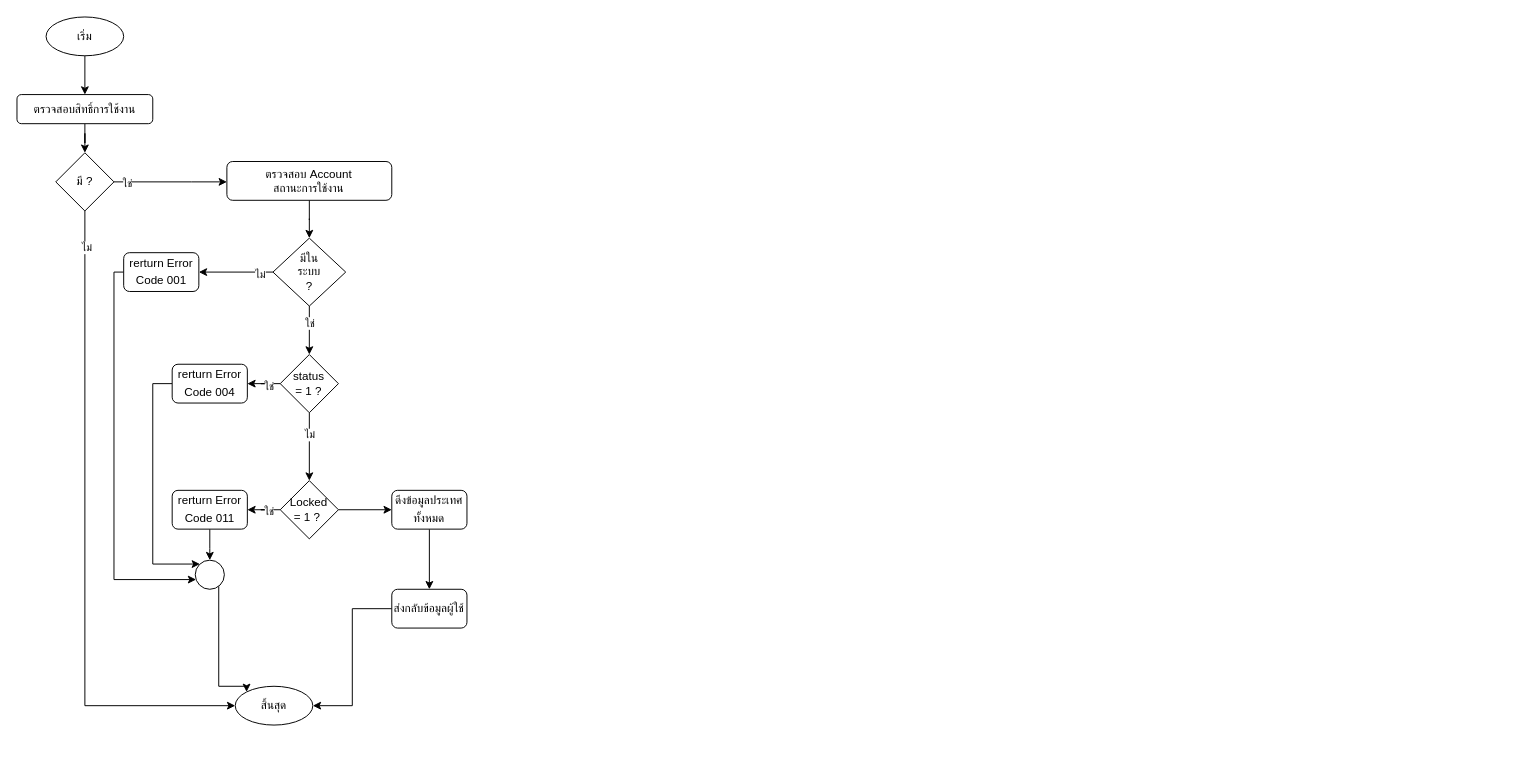
The draw.io diagram Country.drawio in charifrodmanee/charifrodmanee, before the edit. Source tidied: cells renumbered, new cells numbered last; positions are measured from the earlier drawing's top-left corner, leaving out a move shared by most shapes. Both pictures are drawn from the tidied source at 97%, with x=0, y=0 at pixel (16, 16).
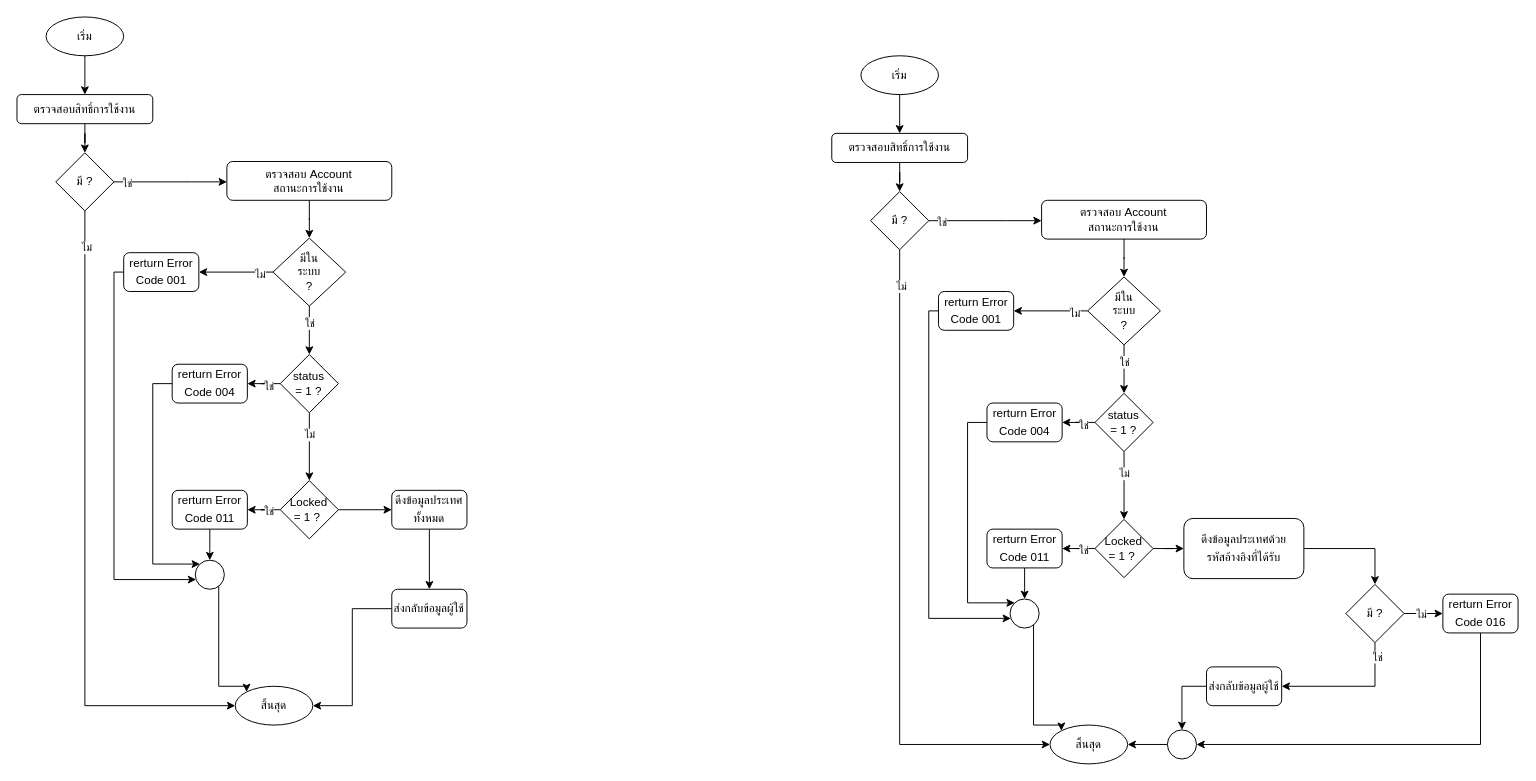
The same page after the edit.

Diff of the diagram source:
```diff
@@
+    <mxCell id="40" value="เริ่ม" style="ellipse;whiteSpace=wrap;html=1;" parent="1" vertex="1">
+      <mxGeometry x="870" y="40" width="80" height="40" as="geometry" />
+    </mxCell>
+    <mxCell id="41" value="ตรวจสอบสิทธิ์การใช้งาน" style="rounded=1;whiteSpace=wrap;html=1;" parent="1" vertex="1">
+      <mxGeometry x="840" y="120" width="140" height="30" as="geometry" />
+    </mxCell>
+    <mxCell id="42" style="edgeStyle=orthogonalEdgeStyle;rounded=0;jettySize=auto;html=1;" parent="1" edge="1" source="40" target="41">
+      <mxGeometry relative="1" as="geometry" />
+    </mxCell>
+    <mxCell id="43" value="มี ?" style="rhombus;whiteSpace=wrap;html=1;" parent="1" vertex="1">
+      <mxGeometry x="880" y="180" width="60" height="60" as="geometry" />
+    </mxCell>
+    <mxCell id="44" style="edgeStyle=orthogonalEdgeStyle;rounded=0;jettySize=auto;html=1;" parent="1" edge="1" source="41" target="43">
+      <mxGeometry relative="1" as="geometry" />
+    </mxCell>
+    <mxCell id="45" value="สิ้นสุด" style="ellipse;whiteSpace=wrap;html=1;" parent="1" vertex="1">
+      <mxGeometry x="1065" y="730" width="80" height="40" as="geometry" />
+    </mxCell>
+    <mxCell id="46" style="edgeStyle=orthogonalEdgeStyle;rounded=0;jettySize=auto;html=1;entryX=0;entryY=0.5;entryDx=0;entryDy=0;" parent="1" edge="1" source="43" target="45">
+      <mxGeometry relative="1" as="geometry">
+        <Array as="points">
+          <mxPoint x="910" y="750" />
+        </Array>
+      </mxGeometry>
+    </mxCell>
+    <mxCell id="47" value="ไม่" style="edgeLabel;html=1;align=center;verticalAlign=middle;" parent="46" vertex="1">
+      <mxGeometry x="-0.89" y="1" relative="1" as="geometry" />
+    </mxCell>
+    <mxCell id="48" value="ตรวจสอบ Account &lt;br&gt;สถานะการใช้งาน" style="rounded=1;whiteSpace=wrap;html=1;" parent="1" vertex="1">
+      <mxGeometry x="1056.3" y="189" width="170" height="40" as="geometry" />
+    </mxCell>
+    <mxCell id="49" style="edgeStyle=orthogonalEdgeStyle;rounded=0;jettySize=auto;html=1;" parent="1" edge="1" source="43" target="48">
+      <mxGeometry relative="1" as="geometry">
+        <Array as="points">
+          <mxPoint x="1020" y="210" />
+          <mxPoint x="1020" y="210" />
+        </Array>
+      </mxGeometry>
+    </mxCell>
+    <mxCell id="50" value="ใช่" style="edgeLabel;html=1;align=center;verticalAlign=middle;" parent="49" vertex="1">
+      <mxGeometry x="-0.78" y="-1" relative="1" as="geometry" />
+    </mxCell>
+    <mxCell id="51" value="มีใน&lt;br&gt;ระบบ &lt;br&gt;?" style="rhombus;whiteSpace=wrap;html=1;" parent="1" vertex="1">
+      <mxGeometry x="1103.8" y="268" width="75" height="70" as="geometry" />
+    </mxCell>
+    <mxCell id="52" style="edgeStyle=orthogonalEdgeStyle;rounded=0;jettySize=auto;html=1;" parent="1" edge="1" source="48" target="51">
+      <mxGeometry relative="1" as="geometry" />
+    </mxCell>
+    <mxCell id="53" value="status&lt;br style=&quot;border-color: var(--border-color);&quot;&gt;= 1 ?" style="rhombus;whiteSpace=wrap;html=1;" parent="1" vertex="1">
+      <mxGeometry x="1111.3" y="388" width="60" height="60" as="geometry" />
+    </mxCell>
+    <mxCell id="54" style="edgeStyle=orthogonalEdgeStyle;rounded=0;jettySize=auto;html=1;" parent="1" edge="1" source="51" target="53">
+      <mxGeometry relative="1" as="geometry" />
+    </mxCell>
+    <mxCell id="55" value="ใช่" style="edgeLabel;html=1;align=center;verticalAlign=middle;" parent="54" vertex="1">
+      <mxGeometry x="-0.33" y="2" relative="1" as="geometry">
+        <mxPoint x="-2" as="offset" />
+      </mxGeometry>
+    </mxCell>
+    <mxCell id="56" value="Locked&lt;br style=&quot;border-color: var(--border-color);&quot;&gt;= 1 ?&amp;nbsp;" style="rhombus;whiteSpace=wrap;html=1;" parent="1" vertex="1">
+      <mxGeometry x="1111.3" y="518" width="60" height="60" as="geometry" />
+    </mxCell>
+    <mxCell id="57" style="edgeStyle=orthogonalEdgeStyle;rounded=0;jettySize=auto;html=1;" parent="1" edge="1" source="53" target="56">
+      <mxGeometry relative="1" as="geometry" />
+    </mxCell>
+    <mxCell id="58" value="ไม่" style="edgeLabel;html=1;align=center;verticalAlign=middle;" parent="57" vertex="1">
+      <mxGeometry x="-0.37" relative="1" as="geometry" />
+    </mxCell>
+    <mxCell id="59" style="edgeStyle=orthogonalEdgeStyle;rounded=0;jettySize=auto;html=1;entryX=0;entryY=0;entryDx=0;entryDy=0;" parent="1" edge="1" source="60" target="45">
+      <mxGeometry relative="1" as="geometry">
+        <Array as="points">
+          <mxPoint x="1048" y="730" />
+          <mxPoint x="1077" y="730" />
+        </Array>
+      </mxGeometry>
+    </mxCell>
+    <mxCell id="60" style="ellipse;whiteSpace=wrap;html=1;" parent="1" vertex="1">
+      <mxGeometry x="1023.8" y="600" width="30" height="30" as="geometry" />
+    </mxCell>
+    <mxCell id="61" style="edgeStyle=orthogonalEdgeStyle;rounded=0;jettySize=auto;html=1;" parent="1" edge="1" source="62" target="60">
+      <mxGeometry relative="1" as="geometry">
+        <Array as="points">
+          <mxPoint x="940" y="303" />
+          <mxPoint x="940" y="620" />
+        </Array>
+      </mxGeometry>
+    </mxCell>
+    <mxCell id="62" value="rerturn Error Code&amp;nbsp;001&lt;span style=&quot;font-size: medium; text-align: start;&quot;&gt;&lt;/span&gt;" style="rounded=1;whiteSpace=wrap;html=1;" parent="1" vertex="1">
+      <mxGeometry x="950" y="283" width="77.5" height="40" as="geometry" />
+    </mxCell>
+    <mxCell id="63" style="edgeStyle=orthogonalEdgeStyle;rounded=0;jettySize=auto;html=1;" parent="1" edge="1" source="51" target="62">
+      <mxGeometry relative="1" as="geometry" />
+    </mxCell>
+    <mxCell id="64" value="ไม่" style="edgeLabel;html=1;align=center;verticalAlign=middle;" parent="63" vertex="1">
+      <mxGeometry x="-0.66" y="2" relative="1" as="geometry" />
+    </mxCell>
+    <mxCell id="65" style="edgeStyle=orthogonalEdgeStyle;rounded=0;jettySize=auto;html=1;entryX=0.5;entryY=0;entryDx=0;entryDy=0;" parent="1" edge="1" source="66" target="60">
+      <mxGeometry relative="1" as="geometry" />
+    </mxCell>
+    <mxCell id="66" value="rerturn Error Code&amp;nbsp;011&lt;span style=&quot;font-size: medium; text-align: start;&quot;&gt;&lt;/span&gt;" style="rounded=1;whiteSpace=wrap;html=1;" parent="1" vertex="1">
+      <mxGeometry x="1000" y="528" width="77.5" height="40" as="geometry" />
+    </mxCell>
+    <mxCell id="67" style="edgeStyle=orthogonalEdgeStyle;rounded=0;jettySize=auto;html=1;" parent="1" edge="1" source="56" target="66">
+      <mxGeometry relative="1" as="geometry" />
+    </mxCell>
+    <mxCell id="68" value="ใช่" style="edgeLabel;html=1;align=center;verticalAlign=middle;" parent="67" vertex="1">
+      <mxGeometry x="-0.46" y="1" relative="1" as="geometry" />
+    </mxCell>
+    <mxCell id="69" style="edgeStyle=orthogonalEdgeStyle;rounded=0;jettySize=auto;html=1;" parent="1" edge="1" source="70" target="60">
+      <mxGeometry relative="1" as="geometry">
+        <Array as="points">
+          <mxPoint x="980" y="418" />
+          <mxPoint x="980" y="604" />
+        </Array>
+      </mxGeometry>
+    </mxCell>
+    <mxCell id="70" value="rerturn Error Code&amp;nbsp;004&lt;span style=&quot;font-size: medium; text-align: start;&quot;&gt;&lt;/span&gt;" style="rounded=1;whiteSpace=wrap;html=1;" parent="1" vertex="1">
+      <mxGeometry x="1000" y="398" width="77.5" height="40" as="geometry" />
+    </mxCell>
+    <mxCell id="71" style="edgeStyle=orthogonalEdgeStyle;rounded=0;jettySize=auto;html=1;" parent="1" edge="1" source="53" target="70">
+      <mxGeometry relative="1" as="geometry" />
+    </mxCell>
+    <mxCell id="72" value="ใช่" style="edgeLabel;html=1;align=center;verticalAlign=middle;" parent="71" vertex="1">
+      <mxGeometry x="-0.46" y="2" relative="1" as="geometry" />
+    </mxCell>
+    <mxCell id="73" value="ดึงข้อมูลประเทศด้วย&lt;br&gt;รหัสอ้างอิงที่ได้รับ&lt;span style=&quot;font-size: medium; text-align: start;&quot;&gt;&lt;/span&gt;" style="rounded=1;whiteSpace=wrap;html=1;" parent="1" vertex="1">
+      <mxGeometry x="1203" y="517" width="123.7" height="62" as="geometry" />
+    </mxCell>
+    <mxCell id="74" style="edgeStyle=orthogonalEdgeStyle;rounded=0;jettySize=auto;html=1;" parent="1" edge="1" source="56" target="73">
+      <mxGeometry relative="1" as="geometry" />
+    </mxCell>
+    <mxCell id="75" style="edgeStyle=orthogonalEdgeStyle;rounded=0;jettySize=auto;html=1;" parent="1" edge="1" source="76" target="86">
+      <mxGeometry relative="1" as="geometry" />
+    </mxCell>
+    <mxCell id="76" value="ส่งกลับข้อมูลผู้ใช้" style="rounded=1;whiteSpace=wrap;html=1;" parent="1" vertex="1">
+      <mxGeometry x="1226.3" y="670" width="77.5" height="40" as="geometry" />
+    </mxCell>
+    <mxCell id="77" style="edgeStyle=orthogonalEdgeStyle;rounded=0;jettySize=auto;html=1;entryX=1;entryY=0.5;entryDx=0;entryDy=0;" parent="1" edge="1" source="81" target="76">
+      <mxGeometry relative="1" as="geometry">
+        <Array as="points">
+          <mxPoint x="1400" y="690" />
+        </Array>
+      </mxGeometry>
+    </mxCell>
+    <mxCell id="78" value="ใช่" style="edgeLabel;html=1;align=center;verticalAlign=middle;" parent="77" vertex="1">
+      <mxGeometry x="-0.8" y="2" relative="1" as="geometry" />
+    </mxCell>
+    <mxCell id="79" style="edgeStyle=orthogonalEdgeStyle;rounded=0;jettySize=auto;html=1;" parent="1" edge="1" source="81" target="84">
+      <mxGeometry relative="1" as="geometry" />
+    </mxCell>
+    <mxCell id="80" value="ไม่" style="edgeLabel;html=1;align=center;verticalAlign=middle;" parent="79" vertex="1">
+      <mxGeometry x="-0.16" relative="1" as="geometry" />
+    </mxCell>
+    <mxCell id="81" value="มี ?" style="rhombus;whiteSpace=wrap;html=1;" parent="1" vertex="1">
+      <mxGeometry x="1370" y="585" width="60" height="60" as="geometry" />
+    </mxCell>
+    <mxCell id="82" style="edgeStyle=orthogonalEdgeStyle;rounded=0;jettySize=auto;html=1;" parent="1" edge="1" source="73" target="81">
+      <mxGeometry relative="1" as="geometry" />
+    </mxCell>
+    <mxCell id="83" style="edgeStyle=orthogonalEdgeStyle;rounded=0;jettySize=auto;html=1;entryX=1;entryY=0.5;entryDx=0;entryDy=0;" parent="1" edge="1" source="84" target="86">
+      <mxGeometry relative="1" as="geometry">
+        <Array as="points">
+          <mxPoint x="1509" y="750" />
+        </Array>
+      </mxGeometry>
+    </mxCell>
+    <mxCell id="84" value="rerturn Error Code&amp;nbsp;016&lt;span style=&quot;font-size: medium; text-align: start;&quot;&gt;&lt;/span&gt;" style="rounded=1;whiteSpace=wrap;html=1;" parent="1" vertex="1">
+      <mxGeometry x="1470" y="595" width="77.5" height="40" as="geometry" />
+    </mxCell>
+    <mxCell id="85" style="edgeStyle=orthogonalEdgeStyle;rounded=0;jettySize=auto;html=1;" parent="1" edge="1" source="86" target="45">
+      <mxGeometry relative="1" as="geometry" />
+    </mxCell>
+    <mxCell id="86" style="ellipse;whiteSpace=wrap;html=1;" parent="1" vertex="1">
+      <mxGeometry x="1186" y="735" width="30" height="30" as="geometry" />
+    </mxCell>
```
